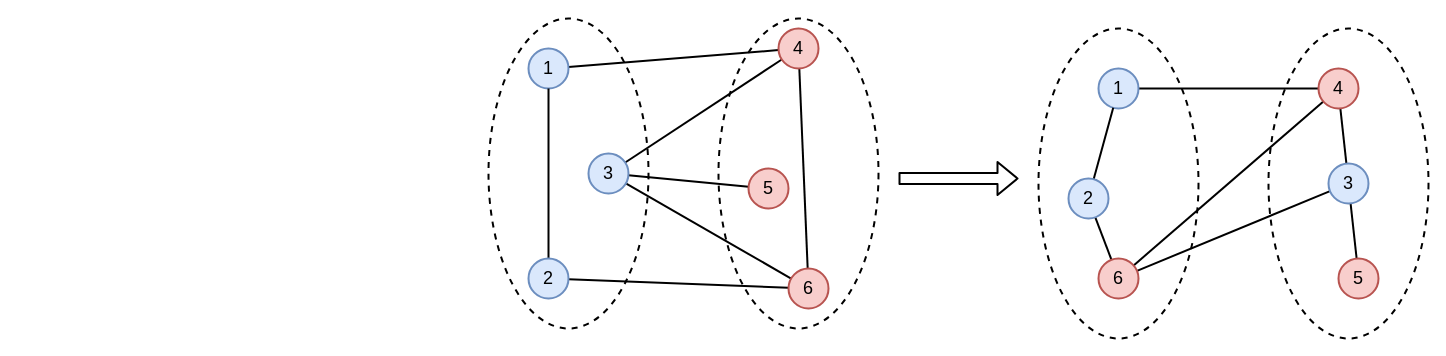
zjtone/RL-Note keeps this draw.io diagram as page "Page-10" (10 of 30) of seai.drawio. Above is the earlier version. Source tidied: cells renumbered, new cells numbered last; positions are measured from the earlier drawing's top-left corner, leaving out a move shared by most shapes. Both pictures are drawn from the tidied source at 100%, with x=0, y=0 at pixel (488, 18).
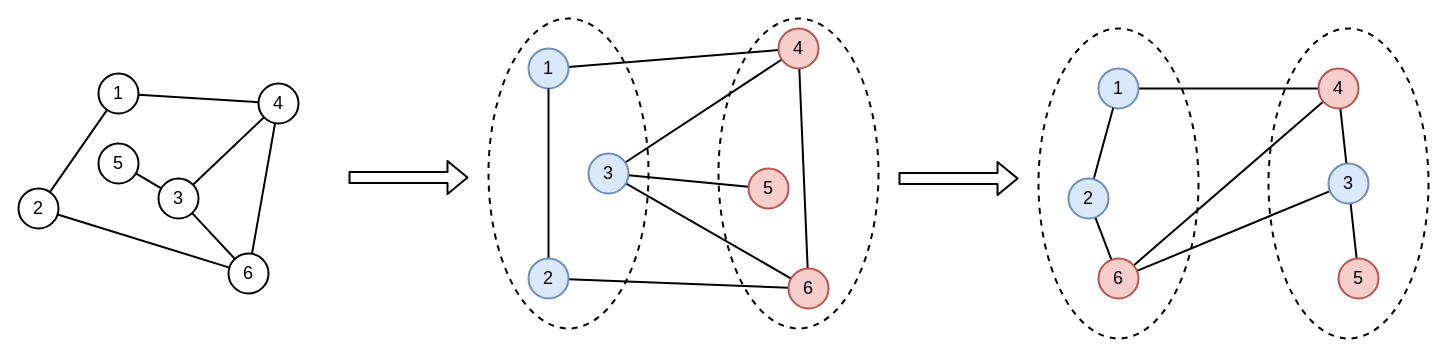
Above is the later version.

What changed in the source:
```diff
@@
+    <mxCell id="33" style="edgeStyle=none;rounded=0;jettySize=auto;html=1;endArrow=none;endFill=0;strokeWidth=2;" parent="1" edge="1" source="34" target="42">
+      <mxGeometry relative="1" as="geometry" />
+    </mxCell>
+    <mxCell id="34" value="1" style="ellipse;whiteSpace=wrap;html=1;strokeWidth=2;fontSize=18;" parent="1" vertex="1">
+      <mxGeometry x="-390" y="55" width="40" height="40" as="geometry" />
+    </mxCell>
+    <mxCell id="35" style="edgeStyle=none;rounded=0;jettySize=auto;html=1;endArrow=none;endFill=0;strokeWidth=2;" parent="1" edge="1" source="37" target="45">
+      <mxGeometry relative="1" as="geometry" />
+    </mxCell>
+    <mxCell id="36" style="edgeStyle=none;rounded=0;jettySize=auto;html=1;endArrow=none;endFill=0;strokeWidth=2;" parent="1" edge="1" source="37" target="34">
+      <mxGeometry relative="1" as="geometry" />
+    </mxCell>
+    <mxCell id="37" value="2" style="ellipse;whiteSpace=wrap;html=1;strokeWidth=2;fontSize=18;" parent="1" vertex="1">
+      <mxGeometry x="-470" y="170" width="40" height="40" as="geometry" />
+    </mxCell>
+    <mxCell id="38" style="edgeStyle=none;rounded=0;jettySize=auto;html=1;endArrow=none;endFill=0;strokeWidth=2;" parent="1" edge="1" source="39" target="44">
+      <mxGeometry relative="1" as="geometry" />
+    </mxCell>
+    <mxCell id="39" value="5" style="ellipse;whiteSpace=wrap;html=1;strokeWidth=2;fontSize=18;" parent="1" vertex="1">
+      <mxGeometry x="-390" y="125" width="40" height="40" as="geometry" />
+    </mxCell>
+    <mxCell id="40" style="edgeStyle=none;rounded=0;jettySize=auto;html=1;endArrow=none;endFill=0;strokeWidth=2;" parent="1" edge="1" source="42" target="44">
+      <mxGeometry relative="1" as="geometry" />
+    </mxCell>
+    <mxCell id="41" style="edgeStyle=none;rounded=0;jettySize=auto;html=1;endArrow=none;endFill=0;strokeWidth=2;" parent="1" edge="1" source="42" target="45">
+      <mxGeometry relative="1" as="geometry" />
+    </mxCell>
+    <mxCell id="42" value="4" style="ellipse;whiteSpace=wrap;html=1;strokeWidth=2;fontSize=18;" parent="1" vertex="1">
+      <mxGeometry x="-230" y="65" width="40" height="40" as="geometry" />
+    </mxCell>
+    <mxCell id="43" style="edgeStyle=none;rounded=0;jettySize=auto;html=1;endArrow=none;endFill=0;strokeWidth=2;" parent="1" edge="1" source="44" target="45">
+      <mxGeometry relative="1" as="geometry" />
+    </mxCell>
+    <mxCell id="44" value="3" style="ellipse;whiteSpace=wrap;html=1;strokeWidth=2;fontSize=18;" parent="1" vertex="1">
+      <mxGeometry x="-330" y="160" width="40" height="40" as="geometry" />
+    </mxCell>
+    <mxCell id="45" value="6" style="ellipse;whiteSpace=wrap;html=1;strokeWidth=2;fontSize=18;" parent="1" vertex="1">
+      <mxGeometry x="-260" y="235" width="40" height="40" as="geometry" />
+    </mxCell>
+    <mxCell id="46" style="shape=flexArrow;endArrow=classic;html=1;strokeWidth=2;" parent="1" edge="1">
+      <mxGeometry relative="1" as="geometry">
+        <mxPoint x="-140" y="159" as="sourcePoint" />
+        <mxPoint x="-20" y="159" as="targetPoint" />
+      </mxGeometry>
+    </mxCell>
```
